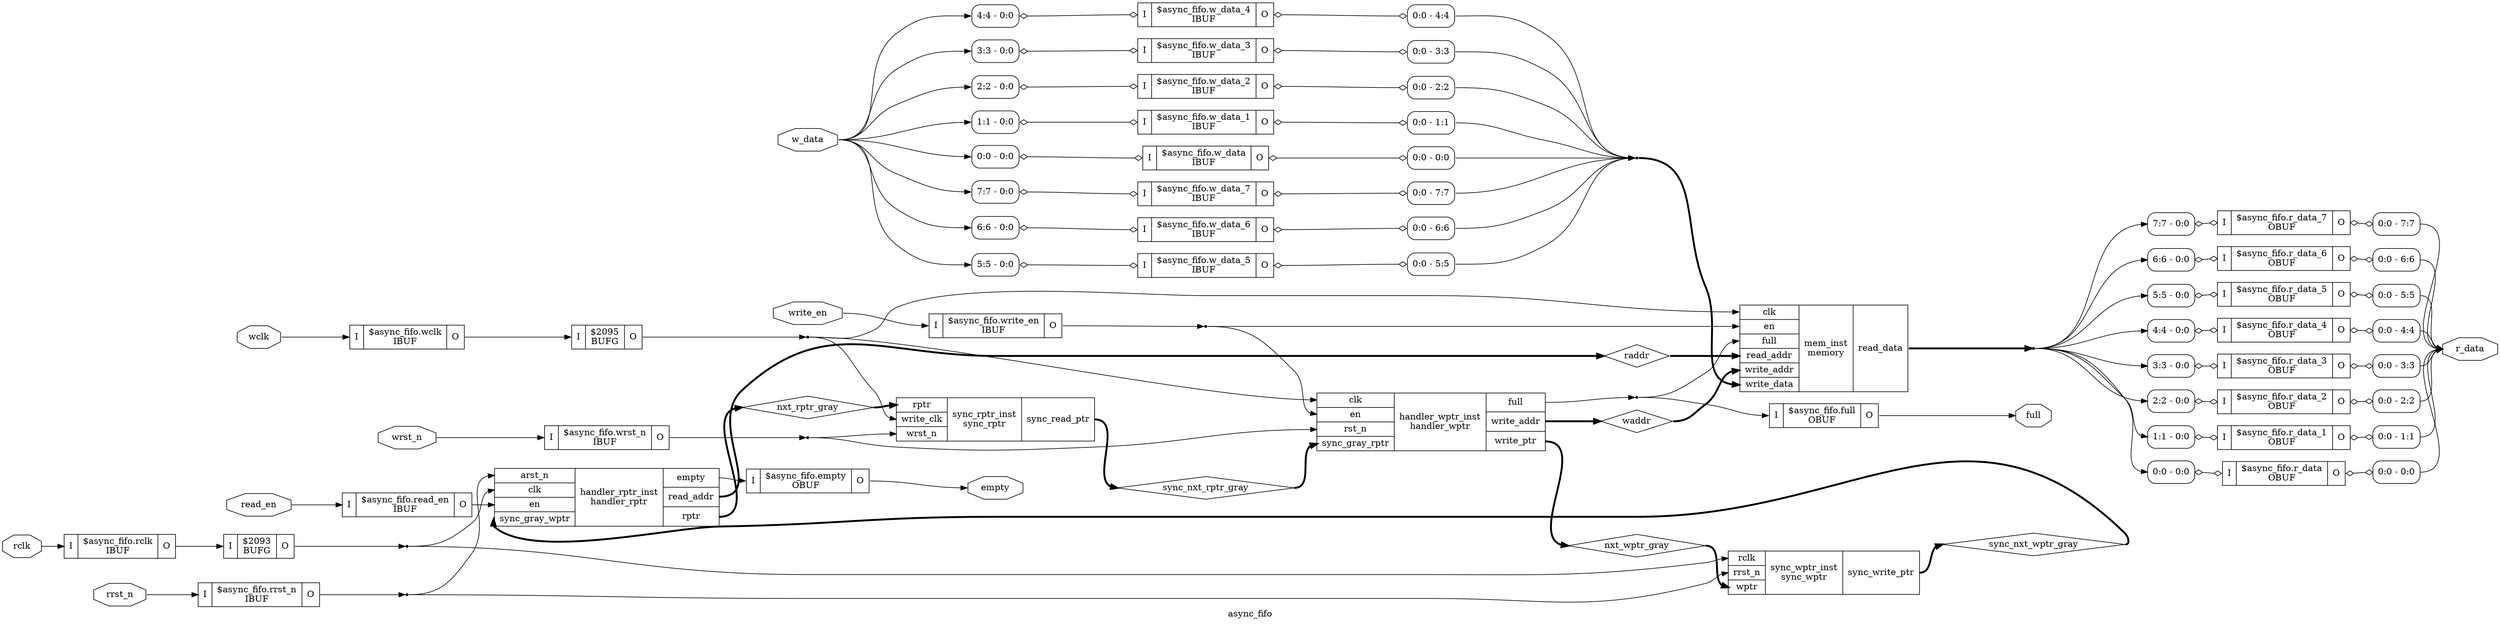
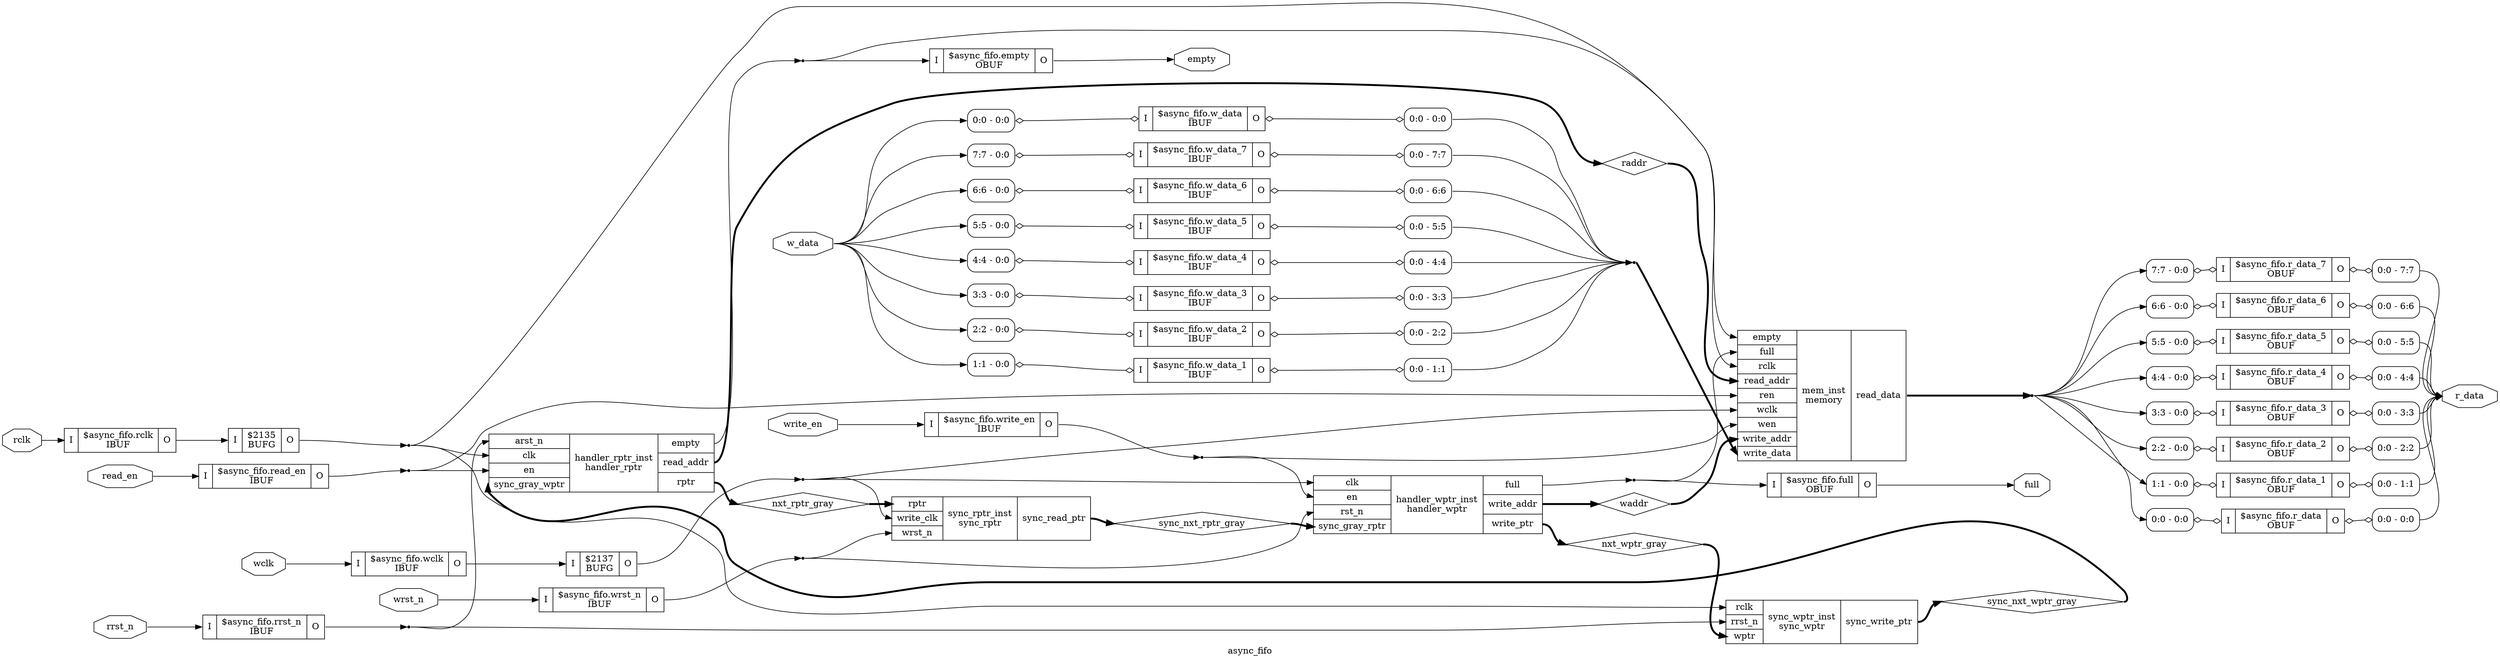
digraph "async_fifo" {
label="async_fifo";
rankdir="LR";
remincross=true;
n4 [ shape=octagon, label="empty", color="black", fontcolor="black"];
n5 [ shape=octagon, label="full", color="black", fontcolor="black"];
n6 [ shape=octagon, label="r_data", color="black", fontcolor="black"];
n7 [ shape=octagon, label="rclk", color="black", fontcolor="black"];
n8 [ shape=octagon, label="read_en", color="black", fontcolor="black"];
n9 [ shape=octagon, label="rrst_n", color="black", fontcolor="black"];
n10 [ shape=octagon, label="w_data", color="black", fontcolor="black"];
n11 [ shape=octagon, label="wclk", color="black", fontcolor="black"];
n12 [ shape=octagon, label="write_en", color="black", fontcolor="black"];
n13 [ shape=octagon, label="wrst_n", color="black", fontcolor="black"];
n15 [ shape=diamond, label="nxt_rptr_gray", color="black", fontcolor="black"];
n16 [ shape=diamond, label="nxt_wptr_gray", color="black", fontcolor="black"];
n18 [ shape=diamond, label="raddr", color="black", fontcolor="black"];
n22 [ shape=diamond, label="sync_nxt_rptr_gray", color="black", fontcolor="black"];
n23 [ shape=diamond, label="sync_nxt_wptr_gray", color="black", fontcolor="black"];
n25 [ shape=diamond, label="waddr", color="black", fontcolor="black"];
- c31 [ shape=record, label="{{<p29> I}|$2095\nBUFG|{<p30> O}}",  ];
- c32 [ shape=record, label="{{<p29> I}|$2093\nBUFG|{<p30> O}}",  ];
+ c31 [ shape=record, label="{{<p29> I}|$2137\nBUFG|{<p30> O}}",  ];
+ c32 [ shape=record, label="{{<p29> I}|$2135\nBUFG|{<p30> O}}",  ];
c33 [ shape=record, label="{{<p29> I}|$async_fifo.wrst_n\nIBUF|{<p30> O}}",  ];
c34 [ shape=record, label="{{<p29> I}|$async_fifo.write_en\nIBUF|{<p30> O}}",  ];
c35 [ shape=record, label="{{<p29> I}|$async_fifo.wclk\nIBUF|{<p30> O}}",  ];
c36 [ shape=record, label="{{<p29> I}|$async_fifo.w_data_7\nIBUF|{<p30> O}}",  ];
x0 [ shape=record, style=rounded, label="<s0> 7:7 - 0:0 ", color="black", fontcolor="black" ];
x0:e -> c36:p29:w [arrowhead=odiamond, arrowtail=odiamond, dir=both, color="black", fontcolor="black", label=""];
x1 [ shape=record, style=rounded, label="<s0> 0:0 - 7:7 ", color="black", fontcolor="black" ];
c36:p30:e -> x1:w [arrowhead=odiamond, arrowtail=odiamond, dir=both, color="black", fontcolor="black", label=""];
c37 [ shape=record, label="{{<p29> I}|$async_fifo.w_data_6\nIBUF|{<p30> O}}",  ];
x2 [ shape=record, style=rounded, label="<s0> 6:6 - 0:0 ", color="black", fontcolor="black" ];
x2:e -> c37:p29:w [arrowhead=odiamond, arrowtail=odiamond, dir=both, color="black", fontcolor="black", label=""];
x3 [ shape=record, style=rounded, label="<s0> 0:0 - 6:6 ", color="black", fontcolor="black" ];
c37:p30:e -> x3:w [arrowhead=odiamond, arrowtail=odiamond, dir=both, color="black", fontcolor="black", label=""];
c38 [ shape=record, label="{{<p29> I}|$async_fifo.w_data_5\nIBUF|{<p30> O}}",  ];
x4 [ shape=record, style=rounded, label="<s0> 5:5 - 0:0 ", color="black", fontcolor="black" ];
x4:e -> c38:p29:w [arrowhead=odiamond, arrowtail=odiamond, dir=both, color="black", fontcolor="black", label=""];
x5 [ shape=record, style=rounded, label="<s0> 0:0 - 5:5 ", color="black", fontcolor="black" ];
c38:p30:e -> x5:w [arrowhead=odiamond, arrowtail=odiamond, dir=both, color="black", fontcolor="black", label=""];
c39 [ shape=record, label="{{<p29> I}|$async_fifo.w_data_4\nIBUF|{<p30> O}}",  ];
x6 [ shape=record, style=rounded, label="<s0> 4:4 - 0:0 ", color="black", fontcolor="black" ];
x6:e -> c39:p29:w [arrowhead=odiamond, arrowtail=odiamond, dir=both, color="black", fontcolor="black", label=""];
x7 [ shape=record, style=rounded, label="<s0> 0:0 - 4:4 ", color="black", fontcolor="black" ];
c39:p30:e -> x7:w [arrowhead=odiamond, arrowtail=odiamond, dir=both, color="black", fontcolor="black", label=""];
c40 [ shape=record, label="{{<p29> I}|$async_fifo.w_data_3\nIBUF|{<p30> O}}",  ];
x8 [ shape=record, style=rounded, label="<s0> 3:3 - 0:0 ", color="black", fontcolor="black" ];
x8:e -> c40:p29:w [arrowhead=odiamond, arrowtail=odiamond, dir=both, color="black", fontcolor="black", label=""];
x9 [ shape=record, style=rounded, label="<s0> 0:0 - 3:3 ", color="black", fontcolor="black" ];
c40:p30:e -> x9:w [arrowhead=odiamond, arrowtail=odiamond, dir=both, color="black", fontcolor="black", label=""];
c41 [ shape=record, label="{{<p29> I}|$async_fifo.w_data_2\nIBUF|{<p30> O}}",  ];
x10 [ shape=record, style=rounded, label="<s0> 2:2 - 0:0 ", color="black", fontcolor="black" ];
x10:e -> c41:p29:w [arrowhead=odiamond, arrowtail=odiamond, dir=both, color="black", fontcolor="black", label=""];
x11 [ shape=record, style=rounded, label="<s0> 0:0 - 2:2 ", color="black", fontcolor="black" ];
c41:p30:e -> x11:w [arrowhead=odiamond, arrowtail=odiamond, dir=both, color="black", fontcolor="black", label=""];
c42 [ shape=record, label="{{<p29> I}|$async_fifo.w_data_1\nIBUF|{<p30> O}}",  ];
x12 [ shape=record, style=rounded, label="<s0> 1:1 - 0:0 ", color="black", fontcolor="black" ];
x12:e -> c42:p29:w [arrowhead=odiamond, arrowtail=odiamond, dir=both, color="black", fontcolor="black", label=""];
x13 [ shape=record, style=rounded, label="<s0> 0:0 - 1:1 ", color="black", fontcolor="black" ];
c42:p30:e -> x13:w [arrowhead=odiamond, arrowtail=odiamond, dir=both, color="black", fontcolor="black", label=""];
c43 [ shape=record, label="{{<p29> I}|$async_fifo.w_data\nIBUF|{<p30> O}}",  ];
x14 [ shape=record, style=rounded, label="<s0> 0:0 - 0:0 ", color="black", fontcolor="black" ];
x14:e -> c43:p29:w [arrowhead=odiamond, arrowtail=odiamond, dir=both, color="black", fontcolor="black", label=""];
x15 [ shape=record, style=rounded, label="<s0> 0:0 - 0:0 ", color="black", fontcolor="black" ];
c43:p30:e -> x15:w [arrowhead=odiamond, arrowtail=odiamond, dir=both, color="black", fontcolor="black", label=""];
c44 [ shape=record, label="{{<p29> I}|$async_fifo.rrst_n\nIBUF|{<p30> O}}",  ];
c45 [ shape=record, label="{{<p29> I}|$async_fifo.read_en\nIBUF|{<p30> O}}",  ];
c46 [ shape=record, label="{{<p29> I}|$async_fifo.rclk\nIBUF|{<p30> O}}",  ];
c47 [ shape=record, label="{{<p29> I}|$async_fifo.r_data_7\nOBUF|{<p30> O}}",  ];
x16 [ shape=record, style=rounded, label="<s0> 0:0 - 7:7 ", color="black", fontcolor="black" ];
c47:p30:e -> x16:w [arrowhead=odiamond, arrowtail=odiamond, dir=both, color="black", fontcolor="black", label=""];
x17 [ shape=record, style=rounded, label="<s0> 7:7 - 0:0 ", color="black", fontcolor="black" ];
x17:e -> c47:p29:w [arrowhead=odiamond, arrowtail=odiamond, dir=both, color="black", fontcolor="black", label=""];
c48 [ shape=record, label="{{<p29> I}|$async_fifo.r_data_6\nOBUF|{<p30> O}}",  ];
x18 [ shape=record, style=rounded, label="<s0> 0:0 - 6:6 ", color="black", fontcolor="black" ];
c48:p30:e -> x18:w [arrowhead=odiamond, arrowtail=odiamond, dir=both, color="black", fontcolor="black", label=""];
x19 [ shape=record, style=rounded, label="<s0> 6:6 - 0:0 ", color="black", fontcolor="black" ];
x19:e -> c48:p29:w [arrowhead=odiamond, arrowtail=odiamond, dir=both, color="black", fontcolor="black", label=""];
c49 [ shape=record, label="{{<p29> I}|$async_fifo.r_data_5\nOBUF|{<p30> O}}",  ];
x20 [ shape=record, style=rounded, label="<s0> 0:0 - 5:5 ", color="black", fontcolor="black" ];
c49:p30:e -> x20:w [arrowhead=odiamond, arrowtail=odiamond, dir=both, color="black", fontcolor="black", label=""];
x21 [ shape=record, style=rounded, label="<s0> 5:5 - 0:0 ", color="black", fontcolor="black" ];
x21:e -> c49:p29:w [arrowhead=odiamond, arrowtail=odiamond, dir=both, color="black", fontcolor="black", label=""];
c50 [ shape=record, label="{{<p29> I}|$async_fifo.r_data_4\nOBUF|{<p30> O}}",  ];
x22 [ shape=record, style=rounded, label="<s0> 0:0 - 4:4 ", color="black", fontcolor="black" ];
c50:p30:e -> x22:w [arrowhead=odiamond, arrowtail=odiamond, dir=both, color="black", fontcolor="black", label=""];
x23 [ shape=record, style=rounded, label="<s0> 4:4 - 0:0 ", color="black", fontcolor="black" ];
x23:e -> c50:p29:w [arrowhead=odiamond, arrowtail=odiamond, dir=both, color="black", fontcolor="black", label=""];
c51 [ shape=record, label="{{<p29> I}|$async_fifo.r_data_3\nOBUF|{<p30> O}}",  ];
x24 [ shape=record, style=rounded, label="<s0> 0:0 - 3:3 ", color="black", fontcolor="black" ];
c51:p30:e -> x24:w [arrowhead=odiamond, arrowtail=odiamond, dir=both, color="black", fontcolor="black", label=""];
x25 [ shape=record, style=rounded, label="<s0> 3:3 - 0:0 ", color="black", fontcolor="black" ];
x25:e -> c51:p29:w [arrowhead=odiamond, arrowtail=odiamond, dir=both, color="black", fontcolor="black", label=""];
c52 [ shape=record, label="{{<p29> I}|$async_fifo.r_data_2\nOBUF|{<p30> O}}",  ];
x26 [ shape=record, style=rounded, label="<s0> 0:0 - 2:2 ", color="black", fontcolor="black" ];
c52:p30:e -> x26:w [arrowhead=odiamond, arrowtail=odiamond, dir=both, color="black", fontcolor="black", label=""];
x27 [ shape=record, style=rounded, label="<s0> 2:2 - 0:0 ", color="black", fontcolor="black" ];
x27:e -> c52:p29:w [arrowhead=odiamond, arrowtail=odiamond, dir=both, color="black", fontcolor="black", label=""];
c53 [ shape=record, label="{{<p29> I}|$async_fifo.r_data_1\nOBUF|{<p30> O}}",  ];
x28 [ shape=record, style=rounded, label="<s0> 0:0 - 1:1 ", color="black", fontcolor="black" ];
c53:p30:e -> x28:w [arrowhead=odiamond, arrowtail=odiamond, dir=both, color="black", fontcolor="black", label=""];
x29 [ shape=record, style=rounded, label="<s0> 1:1 - 0:0 ", color="black", fontcolor="black" ];
x29:e -> c53:p29:w [arrowhead=odiamond, arrowtail=odiamond, dir=both, color="black", fontcolor="black", label=""];
c54 [ shape=record, label="{{<p29> I}|$async_fifo.r_data\nOBUF|{<p30> O}}",  ];
x30 [ shape=record, style=rounded, label="<s0> 0:0 - 0:0 ", color="black", fontcolor="black" ];
c54:p30:e -> x30:w [arrowhead=odiamond, arrowtail=odiamond, dir=both, color="black", fontcolor="black", label=""];
x31 [ shape=record, style=rounded, label="<s0> 0:0 - 0:0 ", color="black", fontcolor="black" ];
x31:e -> c54:p29:w [arrowhead=odiamond, arrowtail=odiamond, dir=both, color="black", fontcolor="black", label=""];
c55 [ shape=record, label="{{<p29> I}|$async_fifo.full\nOBUF|{<p30> O}}",  ];
c56 [ shape=record, label="{{<p29> I}|$async_fifo.empty\nOBUF|{<p30> O}}",  ];
c63 [ shape=record, label="{{<p57> arst_n|<p58> clk|<p59> en|<p60> sync_gray_wptr}|handler_rptr_inst\nhandler_rptr|{<p4> empty|<p61> read_addr|<p62> rptr}}",  ];
c68 [ shape=record, label="{{<p58> clk|<p59> en|<p64> rst_n|<p65> sync_gray_rptr}|handler_wptr_inst\nhandler_wptr|{<p5> full|<p66> write_addr|<p67> write_ptr}}",  ];
- c71 [ shape=record, label="{{<p58> clk|<p59> en|<p5> full|<p61> read_addr|<p66> write_addr|<p69> write_data}|mem_inst\nmemory|{<p70> read_data}}",  ];
- c74 [ shape=record, label="{{<p62> rptr|<p72> write_clk|<p13> wrst_n}|sync_rptr_inst\nsync_rptr|{<p73> sync_read_ptr}}",  ];
- c77 [ shape=record, label="{{<p7> rclk|<p9> rrst_n|<p75> wptr}|sync_wptr_inst\nsync_wptr|{<p76> sync_write_ptr}}",  ];
+ c73 [ shape=record, label="{{<p4> empty|<p5> full|<p7> rclk|<p61> read_addr|<p69> ren|<p11> wclk|<p70> wen|<p66> write_addr|<p71> write_data}|mem_inst\nmemory|{<p72> read_data}}",  ];
+ c76 [ shape=record, label="{{<p62> rptr|<p74> write_clk|<p13> wrst_n}|sync_rptr_inst\nsync_rptr|{<p75> sync_read_ptr}}",  ];
+ c79 [ shape=record, label="{{<p7> rclk|<p9> rrst_n|<p77> wptr}|sync_wptr_inst\nsync_wptr|{<p78> sync_write_ptr}}",  ];
c35:p30:e -> c31:p29:w [color="black", fontcolor="black", label=""];
n10:e -> x0:s0:w [color="black", fontcolor="black", label=""];
n10:e -> x10:s0:w [color="black", fontcolor="black", label=""];
n10:e -> x12:s0:w [color="black", fontcolor="black", label=""];
n10:e -> x14:s0:w [color="black", fontcolor="black", label=""];
n10:e -> x2:s0:w [color="black", fontcolor="black", label=""];
n10:e -> x4:s0:w [color="black", fontcolor="black", label=""];
n10:e -> x6:s0:w [color="black", fontcolor="black", label=""];
n10:e -> x8:s0:w [color="black", fontcolor="black", label=""];
n11:e -> c35:p29:w [color="black", fontcolor="black", label=""];
n12:e -> c34:p29:w [color="black", fontcolor="black", label=""];
n13:e -> c33:p29:w [color="black", fontcolor="black", label=""];
n14 [ shape=point ];
- c71:p70:e -> n14:w [color="black", fontcolor="black", style="setlinewidth(3)", label=""];
+ c73:p72:e -> n14:w [color="black", fontcolor="black", style="setlinewidth(3)", label=""];
n14:e -> x17:s0:w [color="black", fontcolor="black", label=""];
n14:e -> x19:s0:w [color="black", fontcolor="black", label=""];
n14:e -> x21:s0:w [color="black", fontcolor="black", label=""];
n14:e -> x23:s0:w [color="black", fontcolor="black", label=""];
n14:e -> x25:s0:w [color="black", fontcolor="black", label=""];
n14:e -> x27:s0:w [color="black", fontcolor="black", label=""];
n14:e -> x29:s0:w [color="black", fontcolor="black", label=""];
n14:e -> x31:s0:w [color="black", fontcolor="black", label=""];
c63:p62:e -> n15:w [color="black", fontcolor="black", style="setlinewidth(3)", label=""];
- n15:e -> c74:p62:w [color="black", fontcolor="black", style="setlinewidth(3)", label=""];
+ n15:e -> c76:p62:w [color="black", fontcolor="black", style="setlinewidth(3)", label=""];
c68:p67:e -> n16:w [color="black", fontcolor="black", style="setlinewidth(3)", label=""];
- n16:e -> c77:p75:w [color="black", fontcolor="black", style="setlinewidth(3)", label=""];
+ n16:e -> c79:p77:w [color="black", fontcolor="black", style="setlinewidth(3)", label=""];
n17 [ shape=point ];
c32:p30:e -> n17:w [color="black", fontcolor="black", label=""];
n17:e -> c63:p58:w [color="black", fontcolor="black", label=""];
- n17:e -> c77:p7:w [color="black", fontcolor="black", label=""];
+ n17:e -> c73:p7:w [color="black", fontcolor="black", label=""];
+ n17:e -> c79:p7:w [color="black", fontcolor="black", label=""];
c63:p61:e -> n18:w [color="black", fontcolor="black", style="setlinewidth(3)", label=""];
- n18:e -> c71:p61:w [color="black", fontcolor="black", style="setlinewidth(3)", label=""];
- c45:p30:e -> c63:p59:w [color="black", fontcolor="black", label=""];
+ n18:e -> c73:p61:w [color="black", fontcolor="black", style="setlinewidth(3)", label=""];
+ n19 [ shape=point ];
+ c45:p30:e -> n19:w [color="black", fontcolor="black", label=""];
+ n19:e -> c63:p59:w [color="black", fontcolor="black", label=""];
+ n19:e -> c73:p69:w [color="black", fontcolor="black", label=""];
c46:p30:e -> c32:p29:w [color="black", fontcolor="black", label=""];
n20 [ shape=point ];
c44:p30:e -> n20:w [color="black", fontcolor="black", label=""];
n20:e -> c63:p57:w [color="black", fontcolor="black", label=""];
- n20:e -> c77:p9:w [color="black", fontcolor="black", label=""];
+ n20:e -> c79:p9:w [color="black", fontcolor="black", label=""];
n21 [ shape=point ];
x11:s0:e -> n21:w [color="black", fontcolor="black", label=""];
x13:s0:e -> n21:w [color="black", fontcolor="black", label=""];
x15:s0:e -> n21:w [color="black", fontcolor="black", label=""];
x1:s0:e -> n21:w [color="black", fontcolor="black", label=""];
x3:s0:e -> n21:w [color="black", fontcolor="black", label=""];
x5:s0:e -> n21:w [color="black", fontcolor="black", label=""];
x7:s0:e -> n21:w [color="black", fontcolor="black", label=""];
x9:s0:e -> n21:w [color="black", fontcolor="black", label=""];
- n21:e -> c71:p69:w [color="black", fontcolor="black", style="setlinewidth(3)", label=""];
- c74:p73:e -> n22:w [color="black", fontcolor="black", style="setlinewidth(3)", label=""];
+ n21:e -> c73:p71:w [color="black", fontcolor="black", style="setlinewidth(3)", label=""];
+ c76:p75:e -> n22:w [color="black", fontcolor="black", style="setlinewidth(3)", label=""];
n22:e -> c68:p65:w [color="black", fontcolor="black", style="setlinewidth(3)", label=""];
- c77:p76:e -> n23:w [color="black", fontcolor="black", style="setlinewidth(3)", label=""];
+ c79:p78:e -> n23:w [color="black", fontcolor="black", style="setlinewidth(3)", label=""];
n23:e -> c63:p60:w [color="black", fontcolor="black", style="setlinewidth(3)", label=""];
n24 [ shape=point ];
c31:p30:e -> n24:w [color="black", fontcolor="black", label=""];
n24:e -> c68:p58:w [color="black", fontcolor="black", label=""];
- n24:e -> c71:p58:w [color="black", fontcolor="black", label=""];
- n24:e -> c74:p72:w [color="black", fontcolor="black", label=""];
+ n24:e -> c73:p11:w [color="black", fontcolor="black", label=""];
+ n24:e -> c76:p74:w [color="black", fontcolor="black", label=""];
c68:p66:e -> n25:w [color="black", fontcolor="black", style="setlinewidth(3)", label=""];
- n25:e -> c71:p66:w [color="black", fontcolor="black", style="setlinewidth(3)", label=""];
+ n25:e -> c73:p66:w [color="black", fontcolor="black", style="setlinewidth(3)", label=""];
n26 [ shape=point ];
c34:p30:e -> n26:w [color="black", fontcolor="black", label=""];
n26:e -> c68:p59:w [color="black", fontcolor="black", label=""];
- n26:e -> c71:p59:w [color="black", fontcolor="black", label=""];
+ n26:e -> c73:p70:w [color="black", fontcolor="black", label=""];
n27 [ shape=point ];
c33:p30:e -> n27:w [color="black", fontcolor="black", label=""];
n27:e -> c68:p64:w [color="black", fontcolor="black", label=""];
- n27:e -> c74:p13:w [color="black", fontcolor="black", label=""];
+ n27:e -> c76:p13:w [color="black", fontcolor="black", label=""];
n28 [ shape=point ];
c68:p5:e -> n28:w [color="black", fontcolor="black", label=""];
n28:e -> c55:p29:w [color="black", fontcolor="black", label=""];
- n28:e -> c71:p5:w [color="black", fontcolor="black", label=""];
- c63:p4:e -> c56:p29:w [color="black", fontcolor="black", label=""];
+ n28:e -> c73:p5:w [color="black", fontcolor="black", label=""];
+ n3 [ shape=point ];
+ c63:p4:e -> n3:w [color="black", fontcolor="black", label=""];
+ n3:e -> c56:p29:w [color="black", fontcolor="black", label=""];
+ n3:e -> c73:p4:w [color="black", fontcolor="black", label=""];
c56:p30:e -> n4:w [color="black", fontcolor="black", label=""];
c55:p30:e -> n5:w [color="black", fontcolor="black", label=""];
x16:s0:e -> n6:w [color="black", fontcolor="black", label=""];
x18:s0:e -> n6:w [color="black", fontcolor="black", label=""];
x20:s0:e -> n6:w [color="black", fontcolor="black", label=""];
x22:s0:e -> n6:w [color="black", fontcolor="black", label=""];
x24:s0:e -> n6:w [color="black", fontcolor="black", label=""];
x26:s0:e -> n6:w [color="black", fontcolor="black", label=""];
x28:s0:e -> n6:w [color="black", fontcolor="black", label=""];
x30:s0:e -> n6:w [color="black", fontcolor="black", label=""];
n7:e -> c46:p29:w [color="black", fontcolor="black", label=""];
n8:e -> c45:p29:w [color="black", fontcolor="black", label=""];
n9:e -> c44:p29:w [color="black", fontcolor="black", label=""];
}
